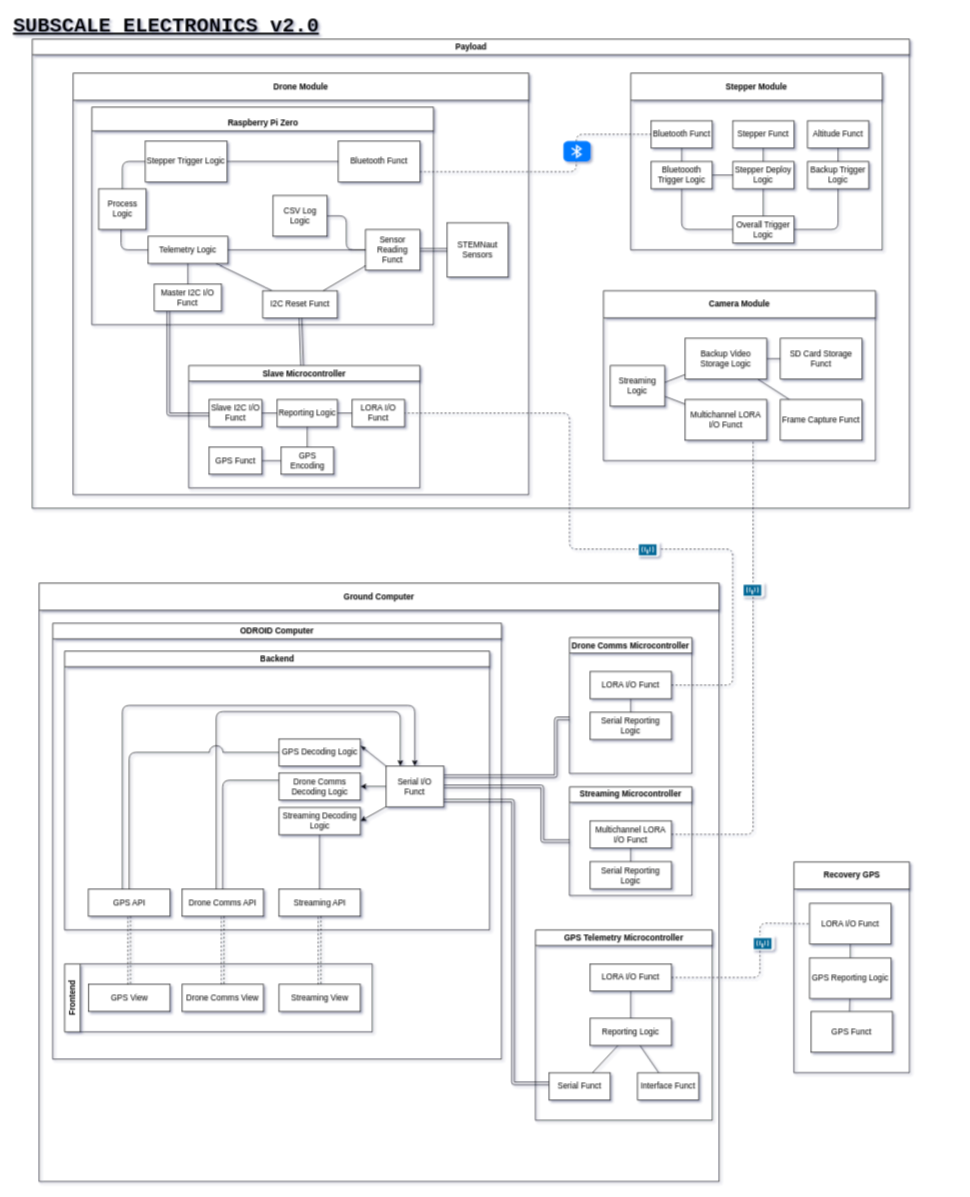
This is page "Page-2" (1 of 4) of Design/Payload_charts.drawio from usfsoar/NSL_23-24_PayloadEECS, a draw.io file, before an edit. Source tidied: cells renumbered, new cells numbered last; positions are measured from the earlier drawing's top-left corner, leaving out a move shared by most shapes. Both pictures are drawn from the tidied source at 68%, with x=0, y=0 at pixel (12, 12).
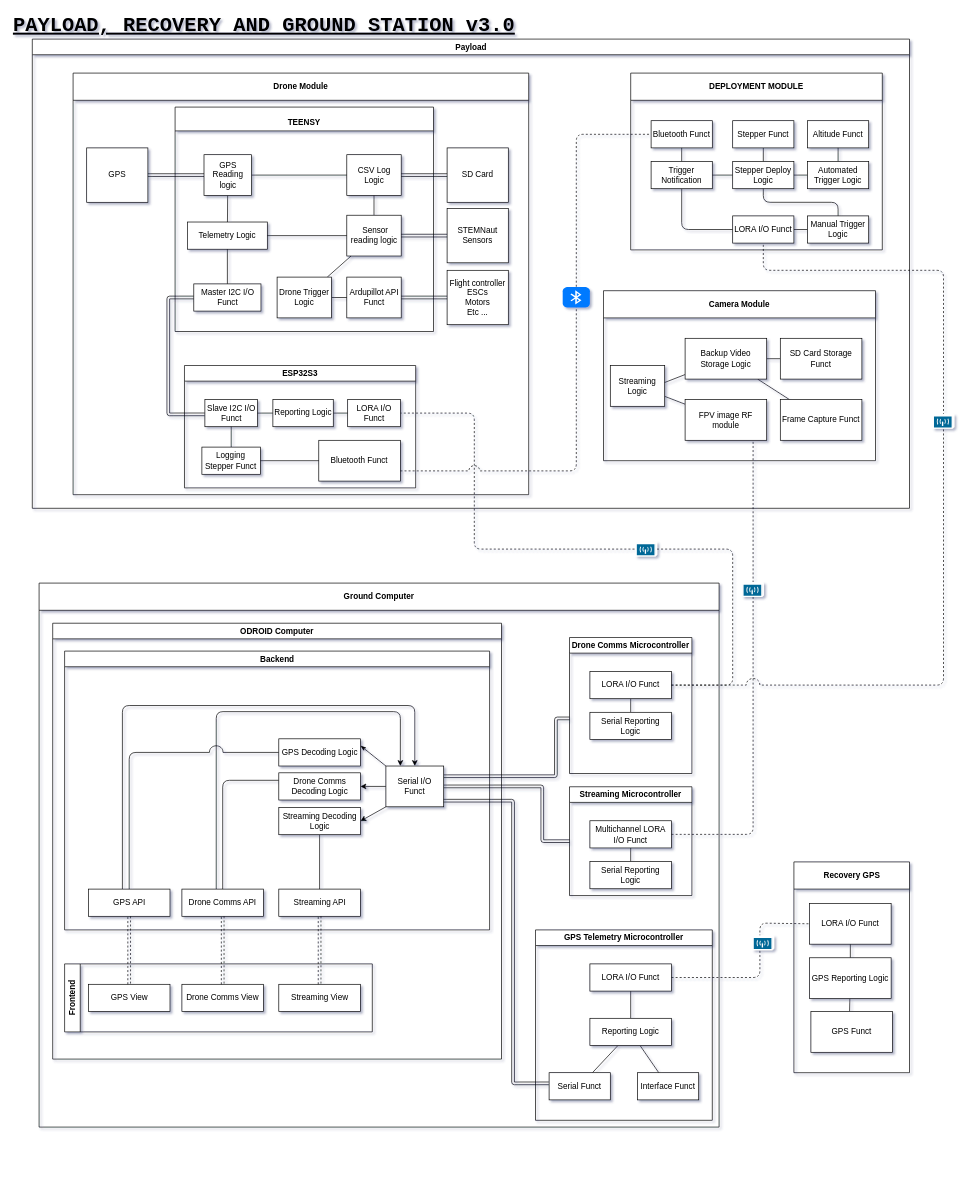
After the change.

Unchanged cells that the change refers to:
```xml
<mxCell id="7" value="LORA I/O Funct" style="rounded=0;whiteSpace=wrap;html=1;" parent="5" vertex="1">
  <mxGeometry x="30" y="50" width="120" height="40" as="geometry" />
</mxCell>
<mxCell id="57" value="Payload" style="swimlane;labelBackgroundColor=none;fontColor=default;gradientColor=none;html=1;" parent="1" vertex="1">
  <mxGeometry x="30" y="40" width="1290" height="690" as="geometry" />
</mxCell>
<mxCell id="58" value="Camera Module" style="swimlane;whiteSpace=wrap;html=1;startSize=40;" parent="57" vertex="1">
  <mxGeometry x="840" y="370" width="400" height="250" as="geometry" />
</mxCell>
<mxCell id="71" value="Bluetooth Funct" style="rounded=0;whiteSpace=wrap;html=1;" parent="68" vertex="1">
  <mxGeometry x="30" y="70" width="90" height="40" as="geometry" />
</mxCell>
<mxCell id="74" value="Stepper Deploy Logic" style="rounded=0;whiteSpace=wrap;html=1;" parent="68" vertex="1">
  <mxGeometry x="150" y="130" width="90" height="40" as="geometry" />
</mxCell>
<mxCell id="83" value="Drone Module" style="swimlane;whiteSpace=wrap;html=1;startSize=40;" parent="57" vertex="1">
  <mxGeometry x="60" y="50" width="670" height="620" as="geometry" />
</mxCell>
<mxCell id="86" value="LORA I/O Funct" style="rounded=0;whiteSpace=wrap;html=1;" parent="84" vertex="1">
  <mxGeometry x="240" y="50" width="77.5" height="40" as="geometry" />
</mxCell>
<mxCell id="87" value="Slave I2C I/O Funct" style="rounded=0;whiteSpace=wrap;html=1;" parent="84" vertex="1">
  <mxGeometry x="30" y="50" width="77.5" height="40" as="geometry" />
</mxCell>
<mxCell id="89" value="Reporting Logic" style="rounded=0;whiteSpace=wrap;html=1;" parent="84" vertex="1">
  <mxGeometry x="130" y="50" width="88.8" height="40" as="geometry" />
</mxCell>
```

The edit, as a diff of the source:
```diff
@@
-    <mxCell id="2" value="&lt;div style=&quot;font-size: 30px;&quot;&gt;SUBSCALE ELECTRONICS v2.0&lt;/div&gt;" style="text;html=1;strokeColor=none;fillColor=none;align=left;verticalAlign=middle;whiteSpace=wrap;rounded=0;fontFamily=Courier New;fontSize=30;fontStyle=5;" parent="1" vertex="1">
-      <mxGeometry width="640" height="40" as="geometry" />
+    <mxCell id="2" value="&lt;div style=&quot;font-size: 30px;&quot;&gt;PAYLOAD, RECOVERY AND GROUND STATION v3.0&lt;/div&gt;" style="text;html=1;strokeColor=none;fillColor=none;align=left;verticalAlign=middle;whiteSpace=wrap;rounded=0;fontFamily=Courier New;fontSize=30;fontStyle=5;" parent="1" vertex="1">
+      <mxGeometry width="880" height="40" as="geometry" />
     </mxCell>
     <mxCell id="3" value="Ground Computer" style="swimlane;whiteSpace=wrap;html=1;startSize=40;" parent="1" vertex="1">
-      <mxGeometry x="40" y="840" width="1000" height="880" as="geometry" />
+      <mxGeometry x="40" y="840" width="1000" height="800" as="geometry" />
     </mxCell>
@@
-    <mxCell id="47" style="endArrow=none;html=1;dashed=1;fontColor=default;exitX=1;exitY=0.5;exitDx=0;exitDy=0;startArrow=none;startFill=0;edgeStyle=orthogonalEdgeStyle;endFill=0;entryX=1;entryY=0.5;entryDx=0;entryDy=0;" parent="1" edge="1" source="7" target="86">
+    <mxCell id="47" style="endArrow=none;html=1;dashed=1;fontColor=default;exitX=1;exitY=0.5;exitDx=0;exitDy=0;startArrow=none;startFill=0;edgeStyle=orthogonalEdgeStyle;endFill=0;entryX=1;entryY=0.5;entryDx=0;entryDy=0;jumpStyle=arc;jumpSize=10;" parent="1" edge="1" source="7" target="86">
       <mxGeometry relative="1" as="geometry">
         <Array as="points">
           <mxPoint x="1060" y="990" />
           <mxPoint x="1060" y="790" />
-          <mxPoint x="820" y="790" />
-          <mxPoint x="820" y="590" />
+          <mxPoint x="680" y="790" />
+          <mxPoint x="680" y="590" />
         </Array>
       </mxGeometry>
     </mxCell>
@@
-    <mxCell id="66" value="Multichannel LORA I/O Funct" style="rounded=0;whiteSpace=wrap;html=1;" parent="58" vertex="1">
+    <mxCell id="66" value="FPV image RF module" style="rounded=0;whiteSpace=wrap;html=1;" parent="58" vertex="1">
       <mxGeometry x="120" y="160" width="120" height="60" as="geometry" />
     </mxCell>
@@
-    <mxCell id="68" value="Stepper Module" style="swimlane;whiteSpace=wrap;html=1;startSize=40;" parent="57" vertex="1">
+    <mxCell id="68" value="DEPLOYMENT MODULE" style="swimlane;whiteSpace=wrap;html=1;startSize=40;" parent="57" vertex="1">
       <mxGeometry x="880" y="50" width="370" height="260" as="geometry" />
     </mxCell>
@@
-    <mxCell id="73" style="edgeStyle=none;html=1;endArrow=none;endFill=0;" parent="68" edge="1" source="74" target="82">
-      <mxGeometry relative="1" as="geometry" />
-    </mxCell>
+    <mxCell id="119" style="edgeStyle=none;jumpStyle=arc;jumpSize=16;html=1;endArrow=none;endFill=0;" parent="68" edge="1" source="74" target="81">
+      <mxGeometry relative="1" as="geometry" />
+    </mxCell>
@@
-    <mxCell id="76" style="edgeStyle=orthogonalEdgeStyle;html=1;endArrow=none;endFill=0;" parent="68" edge="1" source="77" target="82">
-      <mxGeometry relative="1" as="geometry">
-        <Array as="points">
-          <mxPoint x="305" y="230" />
-        </Array>
-      </mxGeometry>
-    </mxCell>
+    <mxCell id="120" style="edgeStyle=none;jumpStyle=arc;jumpSize=16;html=1;endArrow=none;endFill=0;" parent="68" edge="1" source="77" target="74">
+      <mxGeometry relative="1" as="geometry" />
+    </mxCell>
-    <mxCell id="77" value="Backup Trigger Logic" style="rounded=0;whiteSpace=wrap;html=1;" parent="68" vertex="1">
+    <mxCell id="77" value="Automated Trigger Logic" style="rounded=0;whiteSpace=wrap;html=1;" parent="68" vertex="1">
       <mxGeometry x="260" y="130" width="90" height="40" as="geometry" />
     </mxCell>
@@
-    <mxCell id="79" style="edgeStyle=none;html=1;fontColor=default;startArrow=none;startFill=0;endArrow=none;endFill=0;" parent="68" edge="1" source="81" target="74">
-      <mxGeometry relative="1" as="geometry" />
-    </mxCell>
-    <mxCell id="80" style="edgeStyle=orthogonalEdgeStyle;html=1;endArrow=none;endFill=0;" parent="68" edge="1" source="81" target="82">
-      <mxGeometry relative="1" as="geometry">
-        <Array as="points">
-          <mxPoint x="75" y="230" />
-        </Array>
-      </mxGeometry>
-    </mxCell>
+    <mxCell id="121" style="edgeStyle=none;jumpStyle=arc;jumpSize=16;html=1;endArrow=none;endFill=0;" parent="68" edge="1" source="81" target="123">
+      <mxGeometry relative="1" as="geometry">
+        <Array as="points">
+          <mxPoint x="75" y="230" />
+        </Array>
+      </mxGeometry>
+    </mxCell>
-    <mxCell id="81" value="Bluetoooth Trigger Logic" style="rounded=0;whiteSpace=wrap;html=1;" parent="68" vertex="1">
+    <mxCell id="81" value="Trigger Notification" style="rounded=0;whiteSpace=wrap;html=1;" parent="68" vertex="1">
       <mxGeometry x="30" y="130" width="90" height="40" as="geometry" />
     </mxCell>
-    <mxCell id="82" value="Overall Trigger Logic" style="rounded=0;whiteSpace=wrap;html=1;" parent="68" vertex="1">
-      <mxGeometry x="150" y="210" width="90" height="40" as="geometry" />
-    </mxCell>
+    <mxCell id="122" style="edgeStyle=none;jumpStyle=arc;jumpSize=16;html=1;endArrow=none;endFill=0;" parent="68" edge="1" source="123" target="125">
+      <mxGeometry relative="1" as="geometry" />
+    </mxCell>
+    <mxCell id="123" value="LORA I/O Funct" style="rounded=0;whiteSpace=wrap;html=1;" parent="68" vertex="1">
+      <mxGeometry x="150" y="210" width="90" height="40" as="geometry" />
+    </mxCell>
+    <mxCell id="124" style="edgeStyle=none;jumpStyle=arc;jumpSize=16;html=1;endArrow=none;endFill=0;" parent="68" edge="1" source="125" target="74">
+      <mxGeometry relative="1" as="geometry">
+        <Array as="points">
+          <mxPoint x="305" y="190" />
+          <mxPoint x="195" y="190" />
+        </Array>
+      </mxGeometry>
+    </mxCell>
+    <mxCell id="125" value="Manual Trigger Logic" style="rounded=0;whiteSpace=wrap;html=1;" parent="68" vertex="1">
+      <mxGeometry x="260" y="210" width="90" height="40" as="geometry" />
+    </mxCell>
@@
-    <mxCell id="84" value="Slave Microcontroller" style="swimlane;whiteSpace=wrap;html=1;labelBackgroundColor=none;fontColor=default;gradientColor=none;" parent="83" vertex="1">
-      <mxGeometry x="170" y="430" width="340" height="180" as="geometry" />
+    <mxCell id="84" value="ESP32S3" style="swimlane;whiteSpace=wrap;html=1;labelBackgroundColor=none;fontColor=default;gradientColor=none;" parent="83" vertex="1">
+      <mxGeometry x="163.8" y="430" width="340" height="180" as="geometry" />
     </mxCell>
@@
-    <mxCell id="90" style="edgeStyle=none;html=1;endArrow=none;endFill=0;" parent="84" edge="1" source="91" target="93">
-      <mxGeometry relative="1" as="geometry" />
-    </mxCell>
-    <mxCell id="91" value="GPS Funct" style="rounded=0;whiteSpace=wrap;html=1;" parent="84" vertex="1">
-      <mxGeometry x="30" y="120" width="77.5" height="40" as="geometry" />
-    </mxCell>
-    <mxCell id="92" style="edgeStyle=none;html=1;endArrow=none;endFill=0;" parent="84" edge="1" source="93" target="89">
-      <mxGeometry relative="1" as="geometry" />
-    </mxCell>
-    <mxCell id="93" value="GPS Encoding" style="rounded=0;whiteSpace=wrap;html=1;" parent="84" vertex="1">
-      <mxGeometry x="135.6" y="120" width="77.5" height="40" as="geometry" />
-    </mxCell>
+    <mxCell id="103" value="Bluetooth Funct" style="rounded=0;whiteSpace=wrap;html=1;" parent="84" vertex="1">
+      <mxGeometry x="197.5" y="110" width="120" height="60" as="geometry" />
+    </mxCell>
+    <mxCell id="126" style="edgeStyle=none;html=1;endArrow=none;endFill=0;" parent="84" edge="1" source="102" target="87">
+      <mxGeometry relative="1" as="geometry" />
+    </mxCell>
+    <mxCell id="102" value="Logging Stepper Funct" style="rounded=0;whiteSpace=wrap;html=1;" parent="84" vertex="1">
+      <mxGeometry x="25.6" y="120" width="86.2" height="40" as="geometry" />
+    </mxCell>
+    <mxCell id="108" style="edgeStyle=none;jumpStyle=arc;jumpSize=20;html=1;entryX=0;entryY=0.5;entryDx=0;entryDy=0;fontColor=default;startArrow=none;startFill=0;endArrow=none;endFill=0;" parent="84" edge="1" source="102" target="103">
+      <mxGeometry relative="1" as="geometry" />
+    </mxCell>
@@
-    <mxCell id="95" value="&lt;font face=&quot;Helvetica&quot; style=&quot;font-size: 12px;&quot;&gt;Raspberry Pi Zero&lt;/font&gt;" style="swimlane;whiteSpace=wrap;html=1;labelBackgroundColor=none;fontFamily=Courier New;fontSize=30;fontColor=default;gradientColor=none;startSize=35;align=center;verticalAlign=middle;" parent="83" vertex="1">
-      <mxGeometry x="27.5" y="50" width="502.5" height="320" as="geometry" />
+    <mxCell id="95" value="&lt;font face=&quot;Helvetica&quot; style=&quot;font-size: 12px;&quot;&gt;TEENSY&lt;/font&gt;" style="swimlane;whiteSpace=wrap;html=1;labelBackgroundColor=none;fontFamily=Courier New;fontSize=30;fontColor=default;gradientColor=none;startSize=35;align=center;verticalAlign=middle;" parent="83" vertex="1">
+      <mxGeometry x="150" y="50" width="380" height="330" as="geometry" />
     </mxCell>
     <mxCell id="96" value="Master I2C I/O Funct" style="rounded=0;whiteSpace=wrap;html=1;" parent="95" vertex="1">
-      <mxGeometry x="91.9" y="260" width="98.8" height="40" as="geometry" />
+      <mxGeometry x="27.5" y="260" width="98.8" height="40" as="geometry" />
     </mxCell>
-    <mxCell id="97" style="html=1;endArrow=none;endFill=0;" parent="95" edge="1" source="98" target="106">
-      <mxGeometry relative="1" as="geometry" />
-    </mxCell>
     <mxCell id="98" value="Telemetry Logic" style="rounded=0;whiteSpace=wrap;html=1;" parent="95" vertex="1">
-      <mxGeometry x="82.5" y="190" width="117.5" height="40" as="geometry" />
+      <mxGeometry x="18.1" y="169" width="117.5" height="40" as="geometry" />
     </mxCell>
-    <mxCell id="99" style="edgeStyle=orthogonalEdgeStyle;html=1;entryX=0;entryY=0.5;entryDx=0;entryDy=0;endArrow=none;endFill=0;" parent="95" edge="1" source="100" target="98">
-      <mxGeometry relative="1" as="geometry">
-        <Array as="points">
-          <mxPoint x="43" y="210" />
-        </Array>
-      </mxGeometry>
-    </mxCell>
-    <mxCell id="100" value="Process Logic" style="rounded=0;whiteSpace=wrap;html=1;" parent="95" vertex="1">
-      <mxGeometry x="10" y="120" width="70" height="60" as="geometry" />
-    </mxCell>
-    <mxCell id="101" style="edgeStyle=orthogonalEdgeStyle;html=1;entryX=0.5;entryY=0;entryDx=0;entryDy=0;endArrow=none;endFill=0;exitX=0;exitY=0.5;exitDx=0;exitDy=0;" parent="95" edge="1" source="102" target="100">
-      <mxGeometry relative="1" as="geometry" />
-    </mxCell>
-    <mxCell id="102" value="Stepper Trigger Logic" style="rounded=0;whiteSpace=wrap;html=1;" parent="95" vertex="1">
-      <mxGeometry x="78.7" y="50" width="120" height="60" as="geometry" />
-    </mxCell>
-    <mxCell id="103" value="Bluetooth Funct" style="rounded=0;whiteSpace=wrap;html=1;" parent="95" vertex="1">
-      <mxGeometry x="362.5" y="50" width="120" height="60" as="geometry" />
-    </mxCell>
     <mxCell id="104" value="CSV Log Logic" style="rounded=0;whiteSpace=wrap;html=1;" parent="95" vertex="1">
-      <mxGeometry x="266.2" y="130" width="80" height="60" as="geometry" />
+      <mxGeometry x="252.5" y="70" width="80" height="60" as="geometry" />
     </mxCell>
+    <mxCell id="110" style="edgeStyle=none;jumpStyle=arc;jumpSize=16;html=1;endArrow=none;endFill=0;" parent="95" edge="1" source="105" target="104">
+      <mxGeometry relative="1" as="geometry" />
+    </mxCell>
-    <mxCell id="105" value="Sensor Reading Funct" style="rounded=0;whiteSpace=wrap;html=1;" parent="95" vertex="1">
-      <mxGeometry x="402.5" y="180" width="80" height="60" as="geometry" />
+    <mxCell id="105" value="&amp;nbsp;Sensor reading logic" style="rounded=0;whiteSpace=wrap;html=1;" parent="95" vertex="1">
+      <mxGeometry x="252.5" y="159" width="80" height="60" as="geometry" />
     </mxCell>
-    <mxCell id="106" value="I2C Reset Funct" style="rounded=0;whiteSpace=wrap;html=1;" parent="95" vertex="1">
-      <mxGeometry x="251.2" y="270" width="110" height="40" as="geometry" />
-    </mxCell>
@@
-    <mxCell id="108" style="edgeStyle=none;jumpStyle=arc;jumpSize=20;html=1;entryX=0;entryY=0.5;entryDx=0;entryDy=0;fontColor=default;startArrow=none;startFill=0;endArrow=none;endFill=0;" parent="95" edge="1" source="102" target="103">
-      <mxGeometry relative="1" as="geometry" />
-    </mxCell>
@@
-    <mxCell id="110" style="jumpStyle=arc;jumpSize=20;html=1;fontColor=default;startArrow=none;startFill=0;endArrow=none;endFill=0;edgeStyle=orthogonalEdgeStyle;" parent="95" edge="1" source="105" target="104">
-      <mxGeometry relative="1" as="geometry" />
-    </mxCell>
-    <mxCell id="111" style="edgeStyle=none;jumpStyle=arc;jumpSize=20;html=1;fontColor=default;startArrow=none;startFill=0;endArrow=none;endFill=0;" parent="95" edge="1" source="106" target="105">
-      <mxGeometry relative="1" as="geometry" />
-    </mxCell>
-    <mxCell id="112" style="edgeStyle=none;html=1;endArrow=none;endFill=0;shape=link;" parent="83" edge="1" source="106" target="84">
-      <mxGeometry relative="1" as="geometry" />
-    </mxCell>
+    <mxCell id="127" style="edgeStyle=none;jumpStyle=arc;jumpSize=16;html=1;endArrow=none;endFill=0;" parent="95" edge="1" source="129" target="104">
+      <mxGeometry relative="1" as="geometry" />
+    </mxCell>
+    <mxCell id="128" style="edgeStyle=none;jumpStyle=arc;jumpSize=16;html=1;endArrow=none;endFill=0;" parent="95" edge="1" source="129" target="98">
+      <mxGeometry relative="1" as="geometry" />
+    </mxCell>
+    <mxCell id="129" value="GPS Reading logic" style="rounded=0;whiteSpace=wrap;html=1;" parent="95" vertex="1">
+      <mxGeometry x="42.5" y="70" width="70" height="60" as="geometry" />
+    </mxCell>
+    <mxCell id="130" value="Ardupillot API Funct" style="rounded=0;whiteSpace=wrap;html=1;" parent="95" vertex="1">
+      <mxGeometry x="252.5" y="250" width="80" height="60" as="geometry" />
+    </mxCell>
+    <mxCell id="131" style="edgeStyle=none;jumpStyle=arc;jumpSize=16;html=1;endArrow=none;endFill=0;" parent="95" edge="1" source="133" target="130">
+      <mxGeometry relative="1" as="geometry" />
+    </mxCell>
+    <mxCell id="132" style="edgeStyle=none;jumpStyle=arc;jumpSize=16;html=1;endArrow=none;endFill=0;" parent="95" edge="1" source="133" target="105">
+      <mxGeometry relative="1" as="geometry" />
+    </mxCell>
+    <mxCell id="133" value="Drone Trigger Logic" style="rounded=0;whiteSpace=wrap;html=1;" parent="95" vertex="1">
+      <mxGeometry x="150" y="250" width="80" height="60" as="geometry" />
+    </mxCell>
     <mxCell id="113" value="STEMNaut Sensors" style="rounded=0;whiteSpace=wrap;html=1;" parent="83" vertex="1">
-      <mxGeometry x="550" y="220" width="90" height="80" as="geometry" />
+      <mxGeometry x="550" y="199" width="90" height="80" as="geometry" />
     </mxCell>
@@
+    <mxCell id="134" value="SD Card" style="rounded=0;whiteSpace=wrap;html=1;" parent="83" vertex="1">
+      <mxGeometry x="550" y="110" width="90" height="80" as="geometry" />
+    </mxCell>
+    <mxCell id="135" style="edgeStyle=none;html=1;shape=link;" parent="83" edge="1" source="104" target="134">
+      <mxGeometry relative="1" as="geometry" />
+    </mxCell>
+    <mxCell id="136" value="GPS" style="rounded=0;whiteSpace=wrap;html=1;" parent="83" vertex="1">
+      <mxGeometry x="20" y="110" width="90" height="80" as="geometry" />
+    </mxCell>
+    <mxCell id="137" style="edgeStyle=none;jumpStyle=arc;jumpSize=16;html=1;endArrow=none;endFill=0;shape=link;" parent="83" edge="1" source="129" target="136">
+      <mxGeometry relative="1" as="geometry" />
+    </mxCell>
+    <mxCell id="138" value="Flight controller&lt;br&gt;ESCs&lt;br&gt;Motors&lt;br&gt;Etc ..." style="rounded=0;whiteSpace=wrap;html=1;" parent="83" vertex="1">
+      <mxGeometry x="550" y="290" width="90" height="80" as="geometry" />
+    </mxCell>
+    <mxCell id="139" style="edgeStyle=none;jumpStyle=arc;jumpSize=16;html=1;endArrow=none;endFill=0;shape=link;" parent="83" edge="1" source="130" target="138">
+      <mxGeometry relative="1" as="geometry" />
+    </mxCell>
-    <mxCell id="115" style="endArrow=none;html=1;dashed=1;fontColor=default;startArrow=none;startFill=0;edgeStyle=orthogonalEdgeStyle;endFill=0;entryX=0;entryY=0.5;entryDx=0;entryDy=0;exitX=1;exitY=0.75;exitDx=0;exitDy=0;" parent="57" edge="1" source="103" target="71">
+    <mxCell id="115" style="endArrow=none;html=1;dashed=1;fontColor=default;startArrow=none;startFill=0;edgeStyle=orthogonalEdgeStyle;endFill=0;entryX=0;entryY=0.5;entryDx=0;entryDy=0;exitX=1;exitY=0.75;exitDx=0;exitDy=0;jumpStyle=arc;jumpSize=16;" parent="57" edge="1" source="103" target="71">
       <mxGeometry relative="1" as="geometry">
         <Array as="points">
-          <mxPoint x="800" y="195" />
+          <mxPoint x="800" y="635" />
           <mxPoint x="800" y="140" />
         </Array>
       </mxGeometry>
     </mxCell>
     <mxCell id="116" style="html=1;strokeWidth=1;shadow=0;dashed=0;shape=mxgraph.ios7.misc.bluetooth;fillColor=#007AFF;strokeColor=none;buttonText=;strokeColor2=#222222;fontColor=#222222;fontSize=8;verticalLabelPosition=bottom;verticalAlign=top;align=center;sketch=0;labelBackgroundColor=none;" parent="115" vertex="1">
       <mxGeometry width="40" height="30" relative="1" as="geometry">
-        <mxPoint x="13" y="-45" as="offset" />
+        <mxPoint x="-20" y="-97" as="offset" />
       </mxGeometry>
     </mxCell>
@@
+    <mxCell id="140" style="endArrow=none;html=1;fontColor=default;exitX=1;exitY=0.5;exitDx=0;exitDy=0;startArrow=none;startFill=0;edgeStyle=orthogonalEdgeStyle;jumpStyle=arc;jumpSize=20;dashed=1;endFill=0;entryX=0.5;entryY=1;entryDx=0;entryDy=0;" parent="1" edge="1" source="7" target="123">
+      <mxGeometry relative="1" as="geometry">
+        <Array as="points">
+          <mxPoint x="1370" y="990" />
+          <mxPoint x="1370" y="380" />
+          <mxPoint x="1105" y="380" />
+        </Array>
+      </mxGeometry>
+    </mxCell>
+    <mxCell id="141" style="shape=mxgraph.cisco.wireless.wireless_transport;html=1;dashed=0;fillColor=#036897;strokeColor=#ffffff;strokeWidth=2;verticalLabelPosition=bottom;verticalAlign=top;align=center;labelBackgroundColor=none;fontColor=default;" parent="140" vertex="1">
+      <mxGeometry width="30" height="20" relative="1" as="geometry">
+        <mxPoint x="-15" y="-140" as="offset" />
+      </mxGeometry>
+    </mxCell>
```
